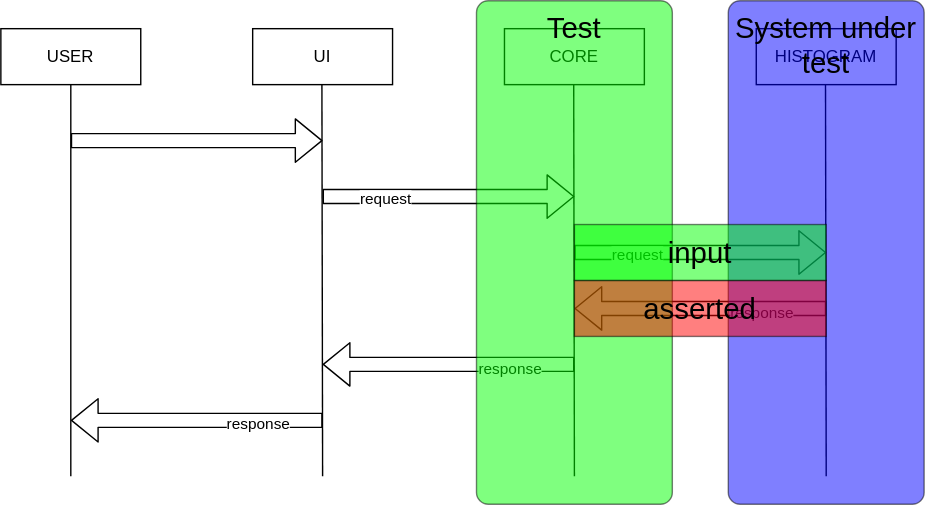
Mastercard/flow keeps this draw.io diagram as doc/src/main/markdown/example/coverage/histogram.drawio.svg. Above is the earlier version. Source tidied: cells renumbered, new cells last; positions are measured from the earlier drawing's top-left corner, leaving out a move shared by most shapes.
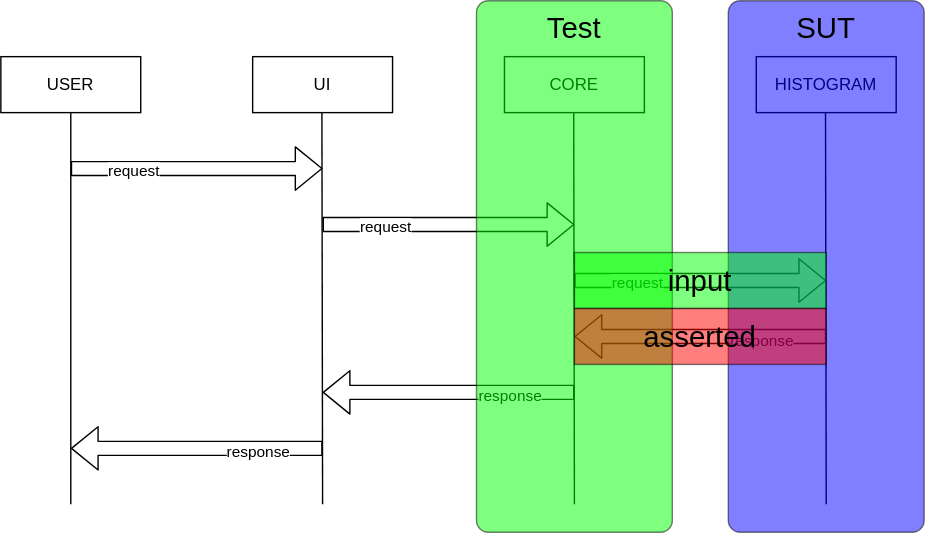
Later version of the same file.

Diff of the diagram source:
```diff
@@ -2,16 +2,16 @@
   <root>
     <mxCell id="0" />
     <mxCell id="1" parent="0" />
-    <mxCell id="2" value="USER" style="rounded=0;whiteSpace=wrap;html=1;" parent="1" vertex="1">
+    <mxCell id="2" value="USER" style="rounded=0;whiteSpace=wrap;html=1;fillColor=none;" parent="1" vertex="1">
       <mxGeometry y="20" width="100" height="40" as="geometry" />
     </mxCell>
-    <mxCell id="3" value="UI" style="rounded=0;whiteSpace=wrap;html=1;" parent="1" vertex="1">
+    <mxCell id="3" value="UI" style="rounded=0;whiteSpace=wrap;html=1;fillColor=none;" parent="1" vertex="1">
       <mxGeometry x="180" y="20" width="100" height="40" as="geometry" />
     </mxCell>
-    <mxCell id="4" value="CORE" style="rounded=0;whiteSpace=wrap;html=1;" parent="1" vertex="1">
+    <mxCell id="4" value="CORE" style="rounded=0;whiteSpace=wrap;html=1;fillColor=none;" parent="1" vertex="1">
       <mxGeometry x="360" y="20" width="100" height="40" as="geometry" />
     </mxCell>
-    <mxCell id="5" value="HISTOGRAM" style="rounded=0;whiteSpace=wrap;html=1;" parent="1" vertex="1">
+    <mxCell id="5" value="HISTOGRAM" style="rounded=0;whiteSpace=wrap;html=1;fillColor=none;" parent="1" vertex="1">
       <mxGeometry x="540" y="20" width="100" height="40" as="geometry" />
     </mxCell>
     <mxCell id="6" style="endArrow=none;html=1;entryX=0.5;entryY=1;entryDx=0;entryDy=0;" parent="1" edge="1" target="2">
@@ -37,12 +37,6 @@
         <mxPoint x="589.5" y="60" as="targetPoint" />
       </mxGeometry>
     </mxCell>
-    <mxCell id="10" style="shape=flexArrow;endArrow=classic;html=1;" parent="1" edge="1">
-      <mxGeometry relative="1" as="geometry">
-        <mxPoint x="50" y="100" as="sourcePoint" />
-        <mxPoint x="230" y="100" as="targetPoint" />
-      </mxGeometry>
-    </mxCell>
     <mxCell id="11" style="shape=flexArrow;endArrow=classic;html=1;" parent="1" edge="1">
       <mxGeometry relative="1" as="geometry">
         <mxPoint x="230" y="300" as="sourcePoint" />
@@ -88,17 +82,26 @@
     <mxCell id="20" value="response" style="edgeLabel;html=1;align=center;verticalAlign=middle;" parent="19" vertex="1">
       <mxGeometry x="-0.48" y="2" relative="1" as="geometry" />
     </mxCell>
+    <mxCell id="25" style="shape=flexArrow;endArrow=classic;html=1;" parent="1" edge="1">
+      <mxGeometry relative="1" as="geometry">
+        <mxPoint x="50" y="100" as="sourcePoint" />
+        <mxPoint x="230" y="100" as="targetPoint" />
+      </mxGeometry>
+    </mxCell>
+    <mxCell id="26" value="request" style="edgeLabel;html=1;align=center;verticalAlign=middle;" parent="25" vertex="1">
+      <mxGeometry x="-0.51" y="-1" relative="1" as="geometry" />
+    </mxCell>
+    <mxCell id="22" value="&lt;font style=&quot;font-size: 21px;&quot;&gt;Test&lt;/font&gt;" style="rounded=1;whiteSpace=wrap;html=1;fillColor=#00FF00;fontColor=#000000;strokeColor=#000000;opacity=50;glass=0;shadow=0;imageVerticalAlign=middle;absoluteArcSize=0;arcSize=6;verticalAlign=top;" parent="1" vertex="1">
+      <mxGeometry x="340" y="-20" width="140" height="380" as="geometry" />
+    </mxCell>
-    <mxCell id="21" value="&lt;font style=&quot;font-size: 21px;&quot;&gt;System under test&lt;/font&gt;" style="rounded=1;whiteSpace=wrap;html=1;fillColor=#0000FF;fontColor=#000000;strokeColor=#000000;opacity=50;glass=0;shadow=0;imageVerticalAlign=middle;absoluteArcSize=0;arcSize=6;verticalAlign=top;" parent="1" vertex="1">
-      <mxGeometry x="520" width="140" height="360" as="geometry" />
+    <mxCell id="21" value="&lt;font style=&quot;font-size: 21px;&quot;&gt;SUT&lt;/font&gt;" style="rounded=1;whiteSpace=wrap;html=1;fillColor=#0000FF;fontColor=#000000;strokeColor=#000000;opacity=50;glass=0;shadow=0;imageVerticalAlign=middle;absoluteArcSize=0;arcSize=6;verticalAlign=top;" parent="1" vertex="1">
+      <mxGeometry x="520" y="-20" width="140" height="380" as="geometry" />
     </mxCell>
-    <mxCell id="22" value="&lt;font style=&quot;font-size: 21px;&quot;&gt;Test&lt;/font&gt;" style="rounded=1;whiteSpace=wrap;html=1;fillColor=#00FF00;fontColor=#000000;strokeColor=#000000;opacity=50;glass=0;shadow=0;imageVerticalAlign=middle;absoluteArcSize=0;arcSize=6;verticalAlign=top;" parent="1" vertex="1">
-      <mxGeometry x="340" width="140" height="360" as="geometry" />
-    </mxCell>
+    <mxCell id="24" value="input" style="rounded=0;whiteSpace=wrap;html=1;fontSize=21;opacity=50;fillColor=#00FF00;fontColor=#000000;" parent="1" vertex="1">
+      <mxGeometry x="410" y="160" width="180" height="40" as="geometry" />
+    </mxCell>
     <mxCell id="23" value="asserted" style="rounded=0;whiteSpace=wrap;html=1;fontSize=21;opacity=50;fillColor=#FF0000;fontColor=#000000;" parent="1" vertex="1">
       <mxGeometry x="410" y="200" width="180" height="40" as="geometry" />
     </mxCell>
-    <mxCell id="24" value="input" style="rounded=0;whiteSpace=wrap;html=1;fontSize=21;opacity=50;fillColor=#00FF00;fontColor=#000000;" parent="1" vertex="1">
-      <mxGeometry x="410" y="160" width="180" height="40" as="geometry" />
-    </mxCell>
   </root>
 </mxGraphModel>
```
